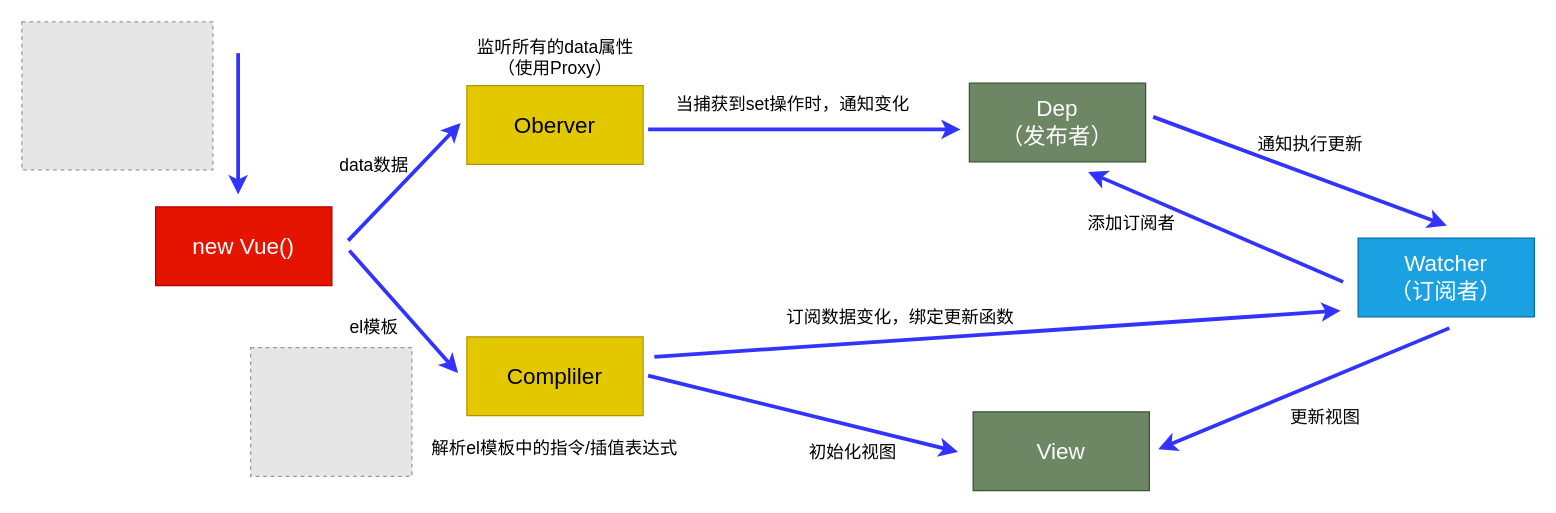
Above: Vue响应式原理/34_vue3响应式原理.drawio in shenzhisuoyi/jsLearning (draw.io), before the change. Source tidied: cells renumbered, new cells numbered last; positions are measured from the earlier drawing's top-left corner, leaving out a move shared by most shapes. Both pictures are drawn from the tidied source at 125%, with x=0, y=0 at pixel (21, 21). Pictures stored in the file or linked from it are replaced by grey dashed boxes.
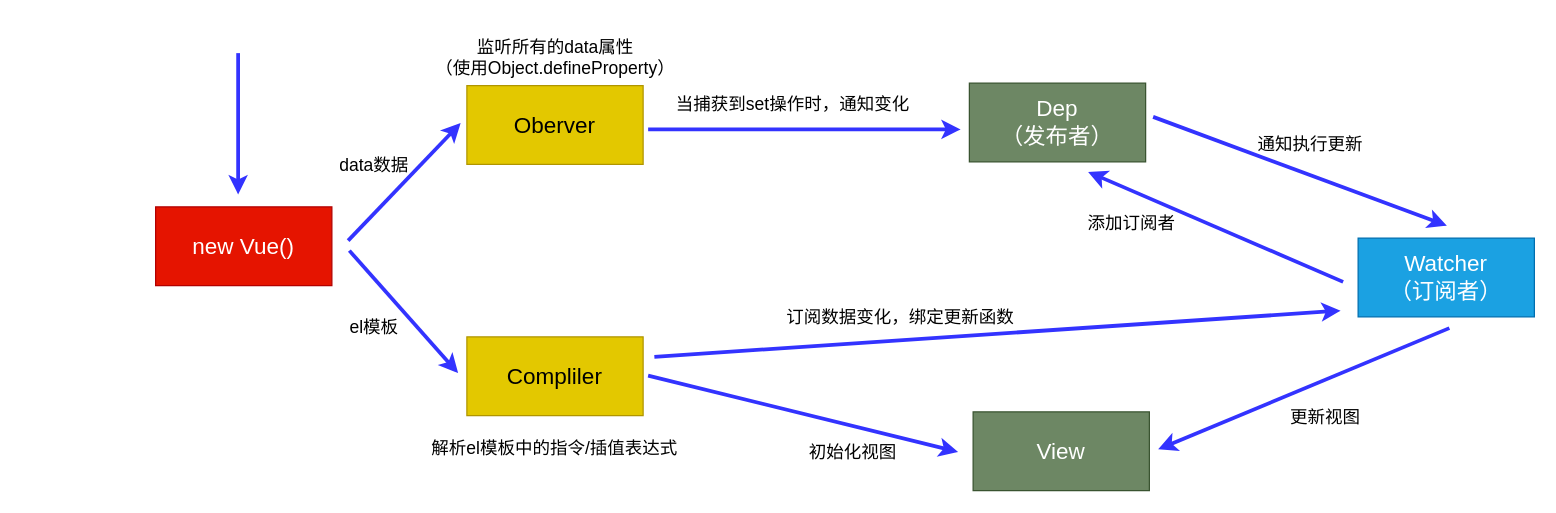
After the change.

Commit message:
docs：更新原理图

Change to the diagram source:
```diff
@@
-    <mxCell id="4" style="fillColor=#E6E6E6;strokeColor=#999999;dashed=1;verticalLabelPosition=bottom;labelBackgroundColor=default;verticalAlign=top;" parent="1" vertex="1">
-      <mxGeometry width="152.8" height="118.4" as="geometry" />
-    </mxCell>
@@
-    <mxCell id="11" value="监听所有的data属性&lt;br&gt;（使用Proxy）" style="text;html=1;strokeColor=none;fillColor=none;align=center;verticalAlign=middle;whiteSpace=wrap;rounded=0;fontColor=#000000;fontSize=14;" parent="1" vertex="1">
+    <mxCell id="11" value="监听所有的data属性&lt;br&gt;（使用Object.defineProperty）" style="text;html=1;strokeColor=none;fillColor=none;align=center;verticalAlign=middle;whiteSpace=wrap;rounded=0;fontColor=#000000;fontSize=14;" parent="1" vertex="1">
       <mxGeometry x="327.5" y="8" width="198" height="40" as="geometry" />
     </mxCell>
@@
-    <mxCell id="28" style="fillColor=#E6E6E6;strokeColor=#999999;dashed=1;verticalLabelPosition=bottom;labelBackgroundColor=default;verticalAlign=top;" parent="1" vertex="1">
-      <mxGeometry x="183" y="260.5" width="129" height="103" as="geometry" />
-    </mxCell>
```
